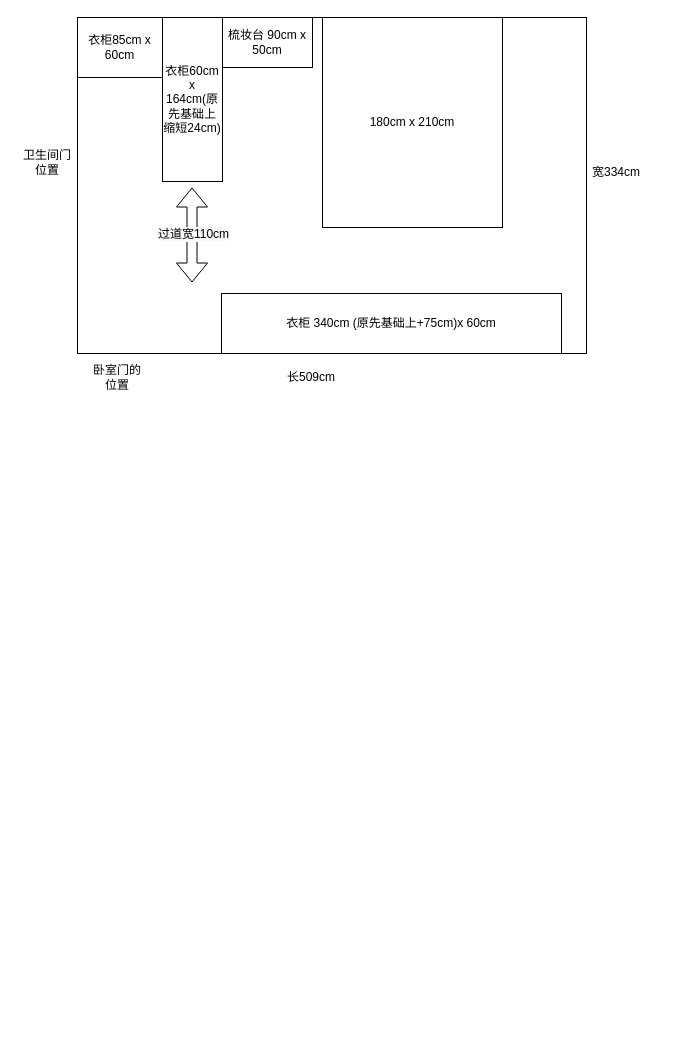
Before: 主卧布局.drawio in kyrie9927/diagrams, a draw.io diagram. Source tidied: cells renumbered, new cells numbered last; positions are measured from the earlier drawing's top-left corner, leaving out a move shared by most shapes. Both pictures are drawn from the tidied source at 100%, with x=0, y=0 at pixel (17, 17).
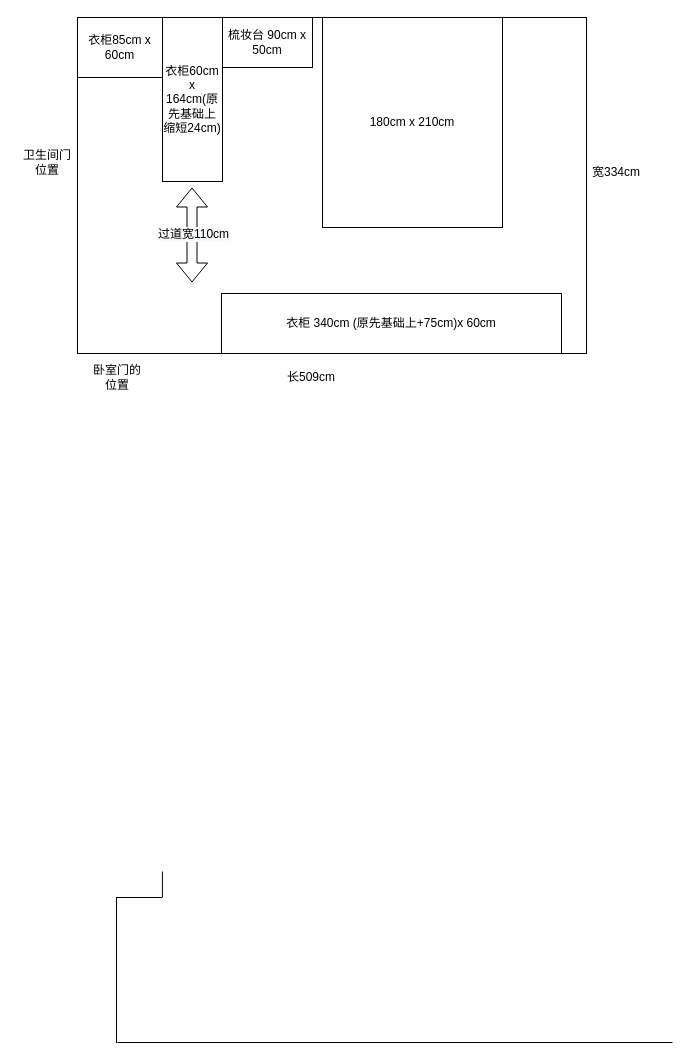
The same diagram, later.

Commit message (it also covers changes not shown here):
更新主卧布局.drawio

The edit, as a diff of the source:
```diff
@@
 <mxGraphModel>
   <root>
     <mxCell id="0" />
     <mxCell id="1" parent="0" />
     <mxCell id="2" style="rounded=0;whiteSpace=wrap;html=1;" parent="1" vertex="1">
       <mxGeometry x="60" width="509" height="336" as="geometry" />
     </mxCell>
     <mxCell id="3" value="衣柜85cm x 60cm" style="rounded=0;whiteSpace=wrap;html=1;" parent="1" vertex="1">
       <mxGeometry x="60" width="85" height="60" as="geometry" />
     </mxCell>
     <mxCell id="4" value="衣柜60cm x 164cm(原先基础上缩短24cm)" style="rounded=0;whiteSpace=wrap;html=1;" parent="1" vertex="1">
       <mxGeometry x="145" width="60" height="164" as="geometry" />
     </mxCell>
     <mxCell id="5" value="衣柜 340cm (原先基础上+75cm)x 60cm" style="rounded=0;whiteSpace=wrap;html=1;" parent="1" vertex="1">
       <mxGeometry x="204" y="276" width="340" height="60" as="geometry" />
     </mxCell>
     <mxCell id="6" value="180cm x 210cm" style="rounded=0;whiteSpace=wrap;html=1;" parent="1" vertex="1">
       <mxGeometry x="305" width="180" height="210" as="geometry" />
     </mxCell>
     <mxCell id="7" value="梳妆台 90cm x 50cm" style="rounded=0;whiteSpace=wrap;html=1;" parent="1" vertex="1">
       <mxGeometry x="205" width="90" height="50" as="geometry" />
     </mxCell>
     <mxCell id="8" style="shape=flexArrow;endArrow=classic;startArrow=classic;html=1;rounded=0;" parent="1" edge="1">
       <mxGeometry relative="1" as="geometry">
         <mxPoint x="174.5" y="265" as="sourcePoint" />
         <mxPoint x="174.5" y="170" as="targetPoint" />
       </mxGeometry>
     </mxCell>
     <mxCell id="9" value="&lt;span style=&quot;font-size: 12px ; background-color: rgb(248 , 249 , 250)&quot;&gt;过道宽110cm&lt;/span&gt;" style="edgeLabel;html=1;align=center;verticalAlign=middle;" parent="8" vertex="1">
       <mxGeometry x="0.03" y="-1" relative="1" as="geometry" />
     </mxCell>
     <mxCell id="10" value="宽334cm" style="text;html=1;strokeColor=none;fillColor=none;align=center;verticalAlign=middle;whiteSpace=wrap;rounded=0;" parent="1" vertex="1">
       <mxGeometry x="569" y="140" width="60" height="30" as="geometry" />
     </mxCell>
     <mxCell id="11" value="长509cm" style="text;html=1;strokeColor=none;fillColor=none;align=center;verticalAlign=middle;whiteSpace=wrap;rounded=0;" parent="1" vertex="1">
       <mxGeometry x="264" y="345" width="60" height="30" as="geometry" />
     </mxCell>
     <mxCell id="12" value="卫生间门位置" style="text;html=1;strokeColor=none;fillColor=none;align=center;verticalAlign=middle;whiteSpace=wrap;rounded=0;" parent="1" vertex="1">
       <mxGeometry y="130" width="60" height="30" as="geometry" />
     </mxCell>
     <mxCell id="13" value="卧室门的位置" style="text;html=1;strokeColor=none;fillColor=none;align=center;verticalAlign=middle;whiteSpace=wrap;rounded=0;" parent="1" vertex="1">
       <mxGeometry x="70" y="345" width="60" height="30" as="geometry" />
     </mxCell>
+    <mxCell id="14" style="endArrow=none;html=1;rounded=0;" parent="1" edge="1">
+      <mxGeometry relative="1" as="geometry">
+        <mxPoint x="144.9" y="880" as="sourcePoint" />
+        <mxPoint x="144.9" y="854" as="targetPoint" />
+      </mxGeometry>
+    </mxCell>
+    <mxCell id="15" style="shape=partialRectangle;whiteSpace=wrap;html=1;bottom=0;right=0;fillColor=none;" parent="1" vertex="1">
+      <mxGeometry x="99" y="880" width="45" height="145" as="geometry" />
+    </mxCell>
+    <mxCell id="16" style="endArrow=none;html=1;rounded=0;" parent="1" edge="1">
+      <mxGeometry relative="1" as="geometry">
+        <mxPoint x="100" y="1025" as="sourcePoint" />
+        <mxPoint x="655" y="1025" as="targetPoint" />
+      </mxGeometry>
+    </mxCell>
   </root>
 </mxGraphModel>
```
